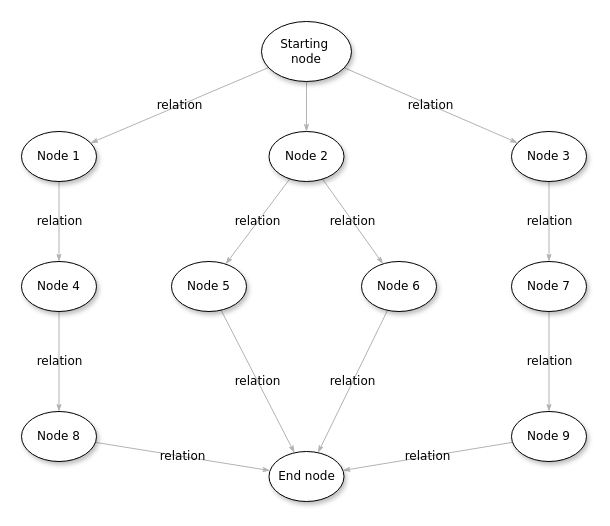
Before: TallerPrograAvanzada.drawio in Charmandiox9/TallerPrograAvanzada, a draw.io diagram. Source tidied: cells renumbered, new cells numbered last; positions are measured from the earlier drawing's top-left corner, leaving out a move shared by most shapes. Both pictures are drawn from the tidied source at 100%, with x=0, y=0 at pixel (21, 21).
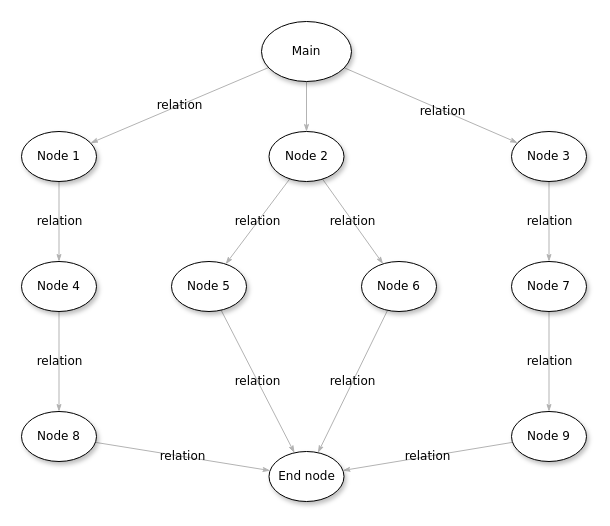
Above is the later version.

The change refers to these unchanged cells:
```xml
<mxCell id="10" value="&lt;span&gt;Node 3&lt;/span&gt;" style="ellipse;whiteSpace=wrap;html=1;rounded=0;shadow=1;comic=0;labelBackgroundColor=none;strokeWidth=1;fontFamily=Verdana;fontSize=12;align=center;" parent="1" vertex="1">
  <mxGeometry x="490" y="110" width="75" height="50" as="geometry" />
</mxCell>
```

Diff of the diagram source:
```diff
@@
     <mxCell id="4" value="relation" style="edgeStyle=none;rounded=1;html=1;labelBackgroundColor=none;startArrow=none;startFill=0;startSize=5;endArrow=classicThin;endFill=1;endSize=5;jettySize=auto;strokeColor=#B3B3B3;strokeWidth=1;fontFamily=Verdana;fontSize=12;" parent="1" edge="1" source="5" target="10">
-      <mxGeometry relative="1" as="geometry" />
+      <mxGeometry x="0.13" y="-1" relative="1" as="geometry" />
     </mxCell>
-    <mxCell id="5" value="Starting&amp;nbsp;&lt;div&gt;node&lt;/div&gt;" style="ellipse;whiteSpace=wrap;html=1;rounded=0;shadow=1;comic=0;labelBackgroundColor=none;strokeWidth=1;fontFamily=Verdana;fontSize=12;align=center;" parent="1" vertex="1">
+    <mxCell id="5" value="Main" style="ellipse;whiteSpace=wrap;html=1;rounded=0;shadow=1;comic=0;labelBackgroundColor=none;strokeWidth=1;fontFamily=Verdana;fontSize=12;align=center;" parent="1" vertex="1">
       <mxGeometry x="240" width="90" height="60" as="geometry" />
     </mxCell>
```
